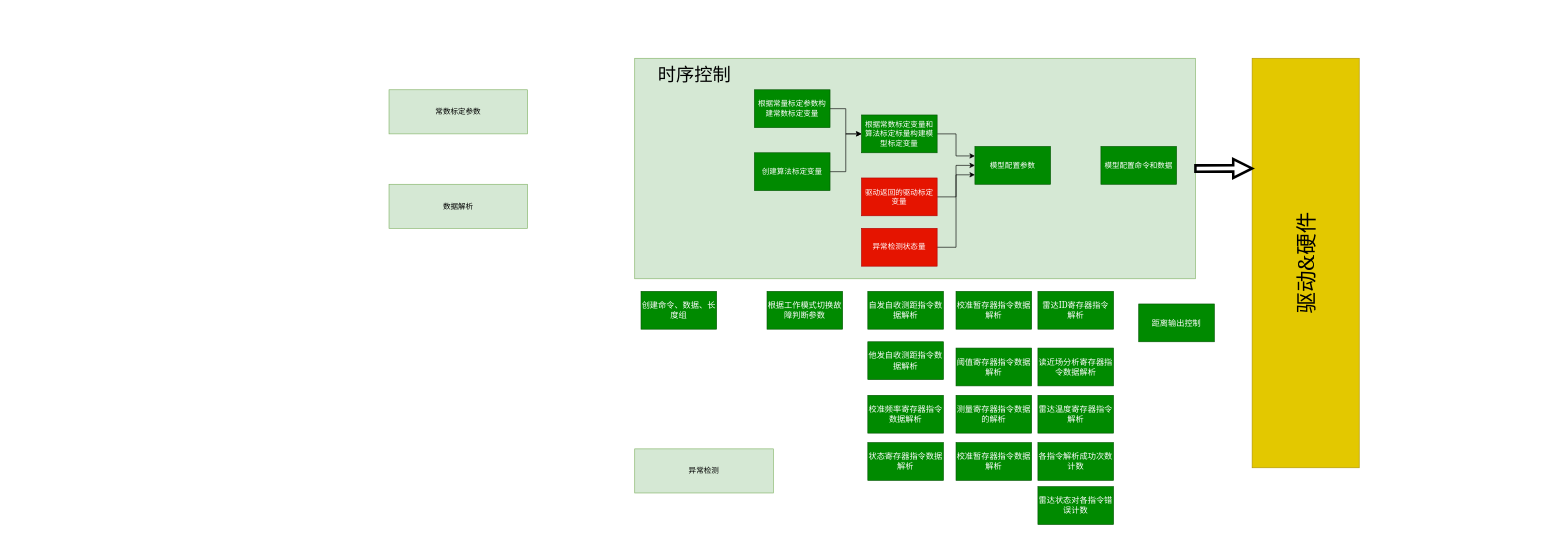
Before: YDU2.0/超声波底层模型APAC模型.drawio in bugquella/diagrams, a draw.io diagram. Source tidied: cells renumbered, new cells numbered last; positions are measured from the earlier drawing's top-left corner, leaving out a move shared by most shapes. Both pictures are drawn from the tidied source at 63%, with x=0, y=0 at pixel (389, 58).
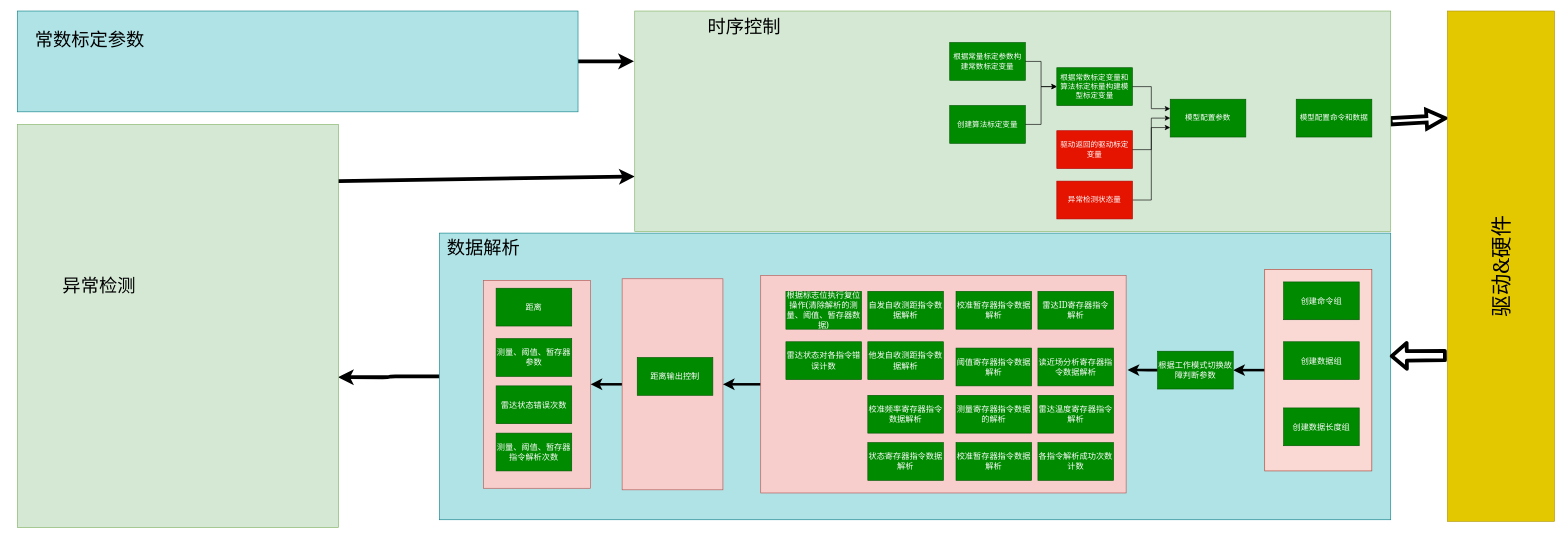
After the change.

Commit message:
更新超声波底层模型APAC模型.drawio

Change to the diagram source:
```diff
@@
-    <mxCell id="2" style="rounded=0;whiteSpace=wrap;html=1;fillColor=#d5e8d4;strokeColor=#82b366;horizontal=1;" parent="1" vertex="1">
-      <mxGeometry x="390" width="890" height="350" as="geometry" />
-    </mxCell>
+    <mxCell id="37" style="edgeStyle=orthogonalEdgeStyle;rounded=1;jettySize=auto;html=1;strokeWidth=6;fontFamily=Georgia;fontSize=29;entryX=0.998;entryY=0.627;entryDx=0;entryDy=0;entryPerimeter=0;" parent="1" edge="1" source="38" target="5">
+      <mxGeometry relative="1" as="geometry" />
+    </mxCell>
+    <mxCell id="38" style="rounded=0;whiteSpace=wrap;html=1;fontFamily=Georgia;fontSize=13;fillColor=#b0e3e6;strokeColor=#0e8088;" parent="1" vertex="1">
+      <mxGeometry x="80" y="277.5" width="1510" height="455" as="geometry" />
+    </mxCell>
+    <mxCell id="39" style="rounded=0;whiteSpace=wrap;html=1;fontFamily=Georgia;fontSize=13;fillColor=#f8cecc;strokeColor=#b85450;" parent="1" vertex="1">
+      <mxGeometry x="150" y="352.5" width="170" height="330" as="geometry" />
+    </mxCell>
+    <mxCell id="40" style="edgeStyle=orthogonalEdgeStyle;rounded=1;jettySize=auto;html=1;strokeWidth=4;fontFamily=Georgia;fontSize=13;" parent="1" edge="1" source="41" target="39">
+      <mxGeometry relative="1" as="geometry" />
+    </mxCell>
+    <mxCell id="41" style="rounded=0;whiteSpace=wrap;html=1;fontFamily=Georgia;fontSize=13;fillColor=#f8cecc;strokeColor=#b85450;" parent="1" vertex="1">
+      <mxGeometry x="370" y="350" width="160" height="335" as="geometry" />
+    </mxCell>
+    <mxCell id="42" style="edgeStyle=orthogonalEdgeStyle;rounded=1;jettySize=auto;html=1;strokeWidth=4;fontFamily=Georgia;fontSize=13;" parent="1" edge="1" source="43" target="41">
+      <mxGeometry relative="1" as="geometry" />
+    </mxCell>
+    <mxCell id="43" style="rounded=0;whiteSpace=wrap;html=1;fontFamily=Georgia;fontSize=13;fillColor=#f8cecc;strokeColor=#b85450;" parent="1" vertex="1">
+      <mxGeometry x="590" y="345" width="580" height="345" as="geometry" />
+    </mxCell>
+    <mxCell id="44" style="edgeStyle=orthogonalEdgeStyle;rounded=1;jettySize=auto;html=1;entryX=1;entryY=0.5;entryDx=0;entryDy=0;strokeWidth=4;fontFamily=Georgia;fontSize=13;" parent="1" edge="1" source="49" target="22">
+      <mxGeometry relative="1" as="geometry" />
+    </mxCell>
+    <mxCell id="20" style="edgeStyle=orthogonalEdgeStyle;rounded=1;jettySize=auto;html=1;entryX=-0.019;entryY=0.21;entryDx=0;entryDy=0;entryPerimeter=0;strokeWidth=6;fontFamily=Georgia;fontSize=29;shape=arrow;" parent="1" edge="1" source="2" target="18">
+      <mxGeometry relative="1" as="geometry" />
+    </mxCell>
+    <mxCell id="45" style="edgeStyle=orthogonalEdgeStyle;rounded=1;jettySize=auto;html=1;strokeWidth=6;fontFamily=Georgia;fontSize=29;entryX=-0.001;entryY=0.228;entryDx=0;entryDy=0;entryPerimeter=0;" parent="1" edge="1" source="3" target="2">
+      <mxGeometry relative="1" as="geometry" />
+    </mxCell>
-    <mxCell id="3" value="常数标定参数" style="rounded=0;whiteSpace=wrap;html=1;fillColor=#d5e8d4;strokeColor=#82b366;" parent="1" vertex="1">
-      <mxGeometry y="50" width="220" height="70" as="geometry" />
+    <mxCell id="3" style="rounded=0;whiteSpace=wrap;html=1;fillColor=#b0e3e6;strokeColor=#0e8088;" parent="1" vertex="1">
+      <mxGeometry x="-590" y="-75" width="890" height="160" as="geometry" />
     </mxCell>
-    <mxCell id="4" value="数据解析" style="rounded=0;whiteSpace=wrap;html=1;fillColor=#d5e8d4;strokeColor=#82b366;" parent="1" vertex="1">
-      <mxGeometry y="200" width="220" height="70" as="geometry" />
-    </mxCell>
-    <mxCell id="5" value="异常检测" style="rounded=0;whiteSpace=wrap;html=1;fillColor=#d5e8d4;strokeColor=#82b366;" parent="1" vertex="1">
-      <mxGeometry x="390" y="620" width="220" height="70" as="geometry" />
-    </mxCell>
-    <mxCell id="6" style="edgeStyle=orthogonalEdgeStyle;rounded=0;jettySize=auto;html=1;entryX=0;entryY=0.5;entryDx=0;entryDy=0;" parent="1" edge="1" source="7" target="11">
-      <mxGeometry relative="1" as="geometry" />
-    </mxCell>
-    <mxCell id="7" value="根据常量标定参数构建常数标定变量" style="rounded=0;whiteSpace=wrap;html=1;fillColor=#008a00;strokeColor=#005700;fontColor=#ffffff;" parent="1" vertex="1">
-      <mxGeometry x="580" y="50" width="120" height="60" as="geometry" />
-    </mxCell>
-    <mxCell id="8" style="edgeStyle=orthogonalEdgeStyle;rounded=0;jettySize=auto;html=1;entryX=0;entryY=0.5;entryDx=0;entryDy=0;" parent="1" edge="1" source="9" target="11">
-      <mxGeometry relative="1" as="geometry" />
-    </mxCell>
-    <mxCell id="9" value="创建算法标定变量" style="rounded=0;whiteSpace=wrap;html=1;fillColor=#008a00;fontColor=#ffffff;strokeColor=#005700;" parent="1" vertex="1">
-      <mxGeometry x="580" y="150" width="120" height="60" as="geometry" />
-    </mxCell>
-    <mxCell id="10" style="edgeStyle=orthogonalEdgeStyle;rounded=0;jettySize=auto;html=1;entryX=0;entryY=0.25;entryDx=0;entryDy=0;fontFamily=Georgia;fontSize=34;" parent="1" edge="1" source="11" target="14">
-      <mxGeometry relative="1" as="geometry" />
-    </mxCell>
-    <mxCell id="11" value="根据常数标定变量和算法标定标量构建模型标定变量" style="rounded=0;whiteSpace=wrap;html=1;fillColor=#008a00;fontColor=#ffffff;strokeColor=#005700;" parent="1" vertex="1">
-      <mxGeometry x="750" y="90" width="120" height="60" as="geometry" />
-    </mxCell>
-    <mxCell id="12" style="edgeStyle=orthogonalEdgeStyle;rounded=0;jettySize=auto;html=1;entryX=0;entryY=0.5;entryDx=0;entryDy=0;fontFamily=Georgia;fontSize=34;" parent="1" edge="1" source="13" target="14">
-      <mxGeometry relative="1" as="geometry" />
-    </mxCell>
-    <mxCell id="13" value="驱动返回的驱动标定变量" style="rounded=0;whiteSpace=wrap;html=1;fillColor=#e51400;fontColor=#ffffff;strokeColor=#B20000;" parent="1" vertex="1">
-      <mxGeometry x="750" y="190" width="120" height="60" as="geometry" />
-    </mxCell>
-    <mxCell id="14" value="模型配置参数" style="rounded=0;whiteSpace=wrap;html=1;fillColor=#008a00;fontColor=#ffffff;strokeColor=#005700;" parent="1" vertex="1">
-      <mxGeometry x="930" y="140" width="120" height="60" as="geometry" />
-    </mxCell>
-    <mxCell id="15" style="edgeStyle=orthogonalEdgeStyle;rounded=0;jettySize=auto;html=1;entryX=0;entryY=0.75;entryDx=0;entryDy=0;fontFamily=Georgia;fontSize=34;" parent="1" edge="1" source="16" target="14">
-      <mxGeometry relative="1" as="geometry" />
-    </mxCell>
-    <mxCell id="16" value="异常检测状态量" style="rounded=0;whiteSpace=wrap;html=1;fillColor=#e51400;fontColor=#ffffff;strokeColor=#B20000;" parent="1" vertex="1">
-      <mxGeometry x="750" y="270" width="120" height="60" as="geometry" />
-    </mxCell>
-    <mxCell id="17" value="模型配置命令和数据" style="rounded=0;whiteSpace=wrap;html=1;fillColor=#008a00;fontColor=#ffffff;strokeColor=#005700;" parent="1" vertex="1">
-      <mxGeometry x="1130" y="140" width="120" height="60" as="geometry" />
-    </mxCell>
     <mxCell id="18" value="&lt;font face=&quot;Georgia&quot;&gt;驱动&amp;amp;硬件&lt;/font&gt;" style="rounded=0;whiteSpace=wrap;html=1;fillColor=#e3c800;fontColor=#000000;strokeColor=#B09500;fontSize=34;horizontal=0;" parent="1" vertex="1">
-      <mxGeometry x="1370" width="170" height="650" as="geometry" />
+      <mxGeometry x="1680" y="-75" width="170" height="810" as="geometry" />
     </mxCell>
-    <mxCell id="19" value="时序控制" style="text;html=1;strokeColor=none;fillColor=none;align=center;verticalAlign=middle;whiteSpace=wrap;rounded=0;fontSize=29;fontFamily=Georgia;" parent="1" vertex="1">
-      <mxGeometry x="400" y="10" width="170" height="30" as="geometry" />
-    </mxCell>
-    <mxCell id="20" style="endArrow=classic;html=1;rounded=1;fontFamily=Georgia;fontSize=29;exitX=1;exitY=0.5;exitDx=0;exitDy=0;entryX=0;entryY=0.269;entryDx=0;entryDy=0;entryPerimeter=0;strokeWidth=4;shape=arrow;" parent="1" edge="1" source="2" target="18">
-      <mxGeometry relative="1" as="geometry" />
-    </mxCell>
     <mxCell id="21" value="距离输出控制" style="rounded=0;whiteSpace=wrap;html=1;fontFamily=Georgia;fontSize=13;fillColor=#008a00;fontColor=#ffffff;strokeColor=#005700;" parent="1" vertex="1">
-      <mxGeometry x="1190" y="390" width="120" height="60" as="geometry" />
+      <mxGeometry x="394" y="475" width="120" height="60" as="geometry" />
     </mxCell>
+    <mxCell id="46" style="edgeStyle=orthogonalEdgeStyle;rounded=1;jettySize=auto;html=1;entryX=1.004;entryY=0.434;entryDx=0;entryDy=0;entryPerimeter=0;strokeWidth=4;fontFamily=Georgia;fontSize=13;" parent="1" edge="1" source="22" target="43">
+      <mxGeometry relative="1" as="geometry" />
+    </mxCell>
     <mxCell id="22" value="根据工作模式切换故障判断参数" style="rounded=0;whiteSpace=wrap;html=1;fontFamily=Georgia;fontSize=13;fillColor=#008a00;fontColor=#ffffff;strokeColor=#005700;" parent="1" vertex="1">
-      <mxGeometry x="600" y="370" width="120" height="60" as="geometry" />
+      <mxGeometry x="1220" y="465" width="120" height="60" as="geometry" />
     </mxCell>
+    <mxCell id="36" value="雷达状态对各指令错误计数" style="rounded=0;whiteSpace=wrap;html=1;fontFamily=Georgia;fontSize=13;fillColor=#008a00;fontColor=#ffffff;strokeColor=#005700;" parent="1" vertex="1">
+      <mxGeometry x="630" y="450" width="120" height="60" as="geometry" />
+    </mxCell>
+    <mxCell id="47" value="根据标志位执行复位操作(清除解析的测量、阈值、暂存器数据)" style="rounded=0;whiteSpace=wrap;html=1;fontFamily=Georgia;fontSize=13;fillColor=#008a00;fontColor=#ffffff;strokeColor=#005700;" parent="1" vertex="1">
+      <mxGeometry x="630" y="370" width="120" height="60" as="geometry" />
+    </mxCell>
+    <mxCell id="48" style="group;" parent="1" vertex="1">
+      <mxGeometry x="1390" y="335" width="170" height="320" as="geometry" />
+    </mxCell>
+    <mxCell id="49" style="rounded=0;whiteSpace=wrap;html=1;fontFamily=Georgia;fontSize=13;fillColor=#fad9d5;strokeColor=#ae4132;" parent="48" vertex="1">
+      <mxGeometry width="170" height="320" as="geometry" />
+    </mxCell>
+    <mxCell id="50" value="创建命令组" style="rounded=0;whiteSpace=wrap;html=1;fontFamily=Georgia;fontSize=13;fillColor=#008a00;strokeColor=#005700;fontColor=#ffffff;" parent="48" vertex="1">
+      <mxGeometry x="30" y="20" width="120" height="60" as="geometry" />
+    </mxCell>
+    <mxCell id="51" value="创建数据组" style="rounded=0;whiteSpace=wrap;html=1;fontFamily=Georgia;fontSize=13;fillColor=#008a00;fontColor=#ffffff;strokeColor=#005700;" parent="48" vertex="1">
+      <mxGeometry x="30" y="115" width="120" height="60" as="geometry" />
+    </mxCell>
+    <mxCell id="52" value="创建数据长度组" style="rounded=0;whiteSpace=wrap;html=1;fontFamily=Georgia;fontSize=13;fillColor=#008a00;fontColor=#ffffff;strokeColor=#005700;" parent="48" vertex="1">
+      <mxGeometry x="30" y="220" width="120" height="60" as="geometry" />
+    </mxCell>
@@
-    <mxCell id="24" value="创建命令、数据、长度组" style="rounded=0;whiteSpace=wrap;html=1;fontFamily=Georgia;fontSize=13;fillColor=#008a00;fontColor=#ffffff;strokeColor=#005700;" parent="1" vertex="1">
-      <mxGeometry x="400" y="370" width="120" height="60" as="geometry" />
-    </mxCell>
@@
-    <mxCell id="36" value="雷达状态对各指令错误计数" style="rounded=0;whiteSpace=wrap;html=1;fontFamily=Georgia;fontSize=13;fillColor=#008a00;fontColor=#ffffff;strokeColor=#005700;" parent="1" vertex="1">
-      <mxGeometry x="1030" y="680" width="120" height="60" as="geometry" />
-    </mxCell>
+    <mxCell id="53" value="距离" style="rounded=0;whiteSpace=wrap;html=1;fontFamily=Georgia;fontSize=13;fillColor=#008a00;fontColor=#ffffff;strokeColor=#005700;" parent="1" vertex="1">
+      <mxGeometry x="170" y="365" width="120" height="60" as="geometry" />
+    </mxCell>
+    <mxCell id="54" value="测量、阈值、暂存器参数" style="rounded=0;whiteSpace=wrap;html=1;fontFamily=Georgia;fontSize=13;fillColor=#008a00;fontColor=#ffffff;strokeColor=#005700;" parent="1" vertex="1">
+      <mxGeometry x="170" y="445" width="120" height="60" as="geometry" />
+    </mxCell>
+    <mxCell id="55" value="雷达状态错误次数" style="rounded=0;whiteSpace=wrap;html=1;fontFamily=Georgia;fontSize=13;fillColor=#008a00;fontColor=#ffffff;strokeColor=#005700;" parent="1" vertex="1">
+      <mxGeometry x="170" y="520" width="120" height="60" as="geometry" />
+    </mxCell>
+    <mxCell id="56" value="测量、阈值、暂存器指令解析次数" style="rounded=0;whiteSpace=wrap;html=1;fontFamily=Georgia;fontSize=13;fillColor=#008a00;fontColor=#ffffff;strokeColor=#005700;" parent="1" vertex="1">
+      <mxGeometry x="170" y="595" width="120" height="60" as="geometry" />
+    </mxCell>
+    <mxCell id="57" style="edgeStyle=orthogonalEdgeStyle;rounded=1;orthogonalLoop=1;jettySize=auto;html=1;exitX=0.5;exitY=1;exitDx=0;exitDy=0;strokeWidth=4;fontFamily=Georgia;fontSize=13;" parent="1" edge="1" source="55" target="55">
+      <mxGeometry relative="1" as="geometry" />
+    </mxCell>
+    <mxCell id="4" value="&lt;font style=&quot;font-size: 22px;&quot;&gt;&lt;font style=&quot;font-size: 22px;&quot;&gt;&lt;font style=&quot;font-size: 22px;&quot;&gt;&lt;font style=&quot;font-size: 22px;&quot;&gt;&lt;font style=&quot;font-size: 22px;&quot;&gt;&lt;font style=&quot;font-size: 22px;&quot;&gt;&lt;font style=&quot;font-size: 22px;&quot;&gt;&lt;font style=&quot;font-size: 22px;&quot;&gt;&lt;font style=&quot;font-size: 23px;&quot;&gt;&lt;font style=&quot;font-size: 24px;&quot;&gt;&lt;font style=&quot;font-size: 25px;&quot;&gt;&lt;font style=&quot;font-size: 26px;&quot;&gt;&lt;font style=&quot;font-size: 27px;&quot;&gt;&lt;font style=&quot;font-size: 28px;&quot;&gt;&lt;font style=&quot;font-size: 29px;&quot;&gt;数据解析&lt;/font&gt;&lt;/font&gt;&lt;/font&gt;&lt;/font&gt;&lt;/font&gt;&lt;/font&gt;&lt;/font&gt;&lt;/font&gt;&lt;/font&gt;&lt;/font&gt;&lt;/font&gt;&lt;/font&gt;&lt;/font&gt;&lt;/font&gt;&lt;/font&gt;" style="text;html=1;strokeColor=none;fillColor=none;align=center;verticalAlign=middle;whiteSpace=wrap;rounded=0;fontSize=13;fontFamily=Georgia;" parent="1" vertex="1">
+      <mxGeometry x="90" y="285" width="120" height="30" as="geometry" />
+    </mxCell>
+    <mxCell id="58" style="shape=flexArrow;endArrow=classic;html=1;rounded=1;strokeWidth=6;fontFamily=Georgia;fontSize=29;exitX=-0.006;exitY=0.675;exitDx=0;exitDy=0;entryX=0.999;entryY=0.429;entryDx=0;entryDy=0;entryPerimeter=0;exitPerimeter=0;" parent="1" edge="1" source="18" target="38">
+      <mxGeometry relative="1" as="geometry" />
+    </mxCell>
+    <mxCell id="59" value="常数标定参数" style="text;html=1;strokeColor=none;fillColor=none;align=center;verticalAlign=middle;whiteSpace=wrap;rounded=0;fontSize=29;fontFamily=Georgia;" parent="1" vertex="1">
+      <mxGeometry x="-580" y="-45" width="210" height="30" as="geometry" />
+    </mxCell>
+    <mxCell id="5" style="rounded=0;whiteSpace=wrap;html=1;fillColor=#d5e8d4;strokeColor=#82b366;" parent="1" vertex="1">
+      <mxGeometry x="-590" y="105" width="510" height="640" as="geometry" />
+    </mxCell>
+    <mxCell id="60" value="异常检测" style="text;html=1;strokeColor=none;fillColor=none;align=center;verticalAlign=middle;whiteSpace=wrap;rounded=0;fontSize=29;fontFamily=Georgia;" parent="1" vertex="1">
+      <mxGeometry x="-600" y="345" width="280" height="30" as="geometry" />
+    </mxCell>
+    <mxCell id="61" style="endArrow=classic;html=1;rounded=1;strokeWidth=6;fontFamily=Georgia;fontSize=29;entryX=0;entryY=0.75;entryDx=0;entryDy=0;" parent="1" edge="1" target="2">
+      <mxGeometry relative="1" as="geometry">
+        <mxPoint x="-80" y="195" as="sourcePoint" />
+      </mxGeometry>
+    </mxCell>
+    <mxCell id="62" style="group;" parent="1" vertex="1">
+      <mxGeometry x="390" y="-75" width="1200" height="350" as="geometry" />
+    </mxCell>
+    <mxCell id="2" style="rounded=0;whiteSpace=wrap;html=1;fillColor=#d5e8d4;strokeColor=#82b366;horizontal=1;" parent="62" vertex="1">
+      <mxGeometry width="1200" height="350" as="geometry" />
+    </mxCell>
+    <mxCell id="7" value="根据常量标定参数构建常数标定变量" style="rounded=0;whiteSpace=wrap;html=1;fillColor=#008a00;strokeColor=#005700;fontColor=#ffffff;" parent="62" vertex="1">
+      <mxGeometry x="500" y="50" width="120" height="60" as="geometry" />
+    </mxCell>
+    <mxCell id="9" value="创建算法标定变量" style="rounded=0;whiteSpace=wrap;html=1;fillColor=#008a00;fontColor=#ffffff;strokeColor=#005700;" parent="62" vertex="1">
+      <mxGeometry x="500" y="150" width="120" height="60" as="geometry" />
+    </mxCell>
+    <mxCell id="11" value="根据常数标定变量和算法标定标量构建模型标定变量" style="rounded=0;whiteSpace=wrap;html=1;fillColor=#008a00;fontColor=#ffffff;strokeColor=#005700;" parent="62" vertex="1">
+      <mxGeometry x="670" y="90" width="120" height="60" as="geometry" />
+    </mxCell>
+    <mxCell id="6" style="edgeStyle=orthogonalEdgeStyle;rounded=0;jettySize=auto;html=1;entryX=0;entryY=0.5;entryDx=0;entryDy=0;" parent="62" edge="1" source="7" target="11">
+      <mxGeometry relative="1" as="geometry" />
+    </mxCell>
+    <mxCell id="8" style="edgeStyle=orthogonalEdgeStyle;rounded=0;jettySize=auto;html=1;entryX=0;entryY=0.5;entryDx=0;entryDy=0;" parent="62" edge="1" source="9" target="11">
+      <mxGeometry relative="1" as="geometry" />
+    </mxCell>
+    <mxCell id="13" value="驱动返回的驱动标定变量" style="rounded=0;whiteSpace=wrap;html=1;fillColor=#e51400;fontColor=#ffffff;strokeColor=#B20000;" parent="62" vertex="1">
+      <mxGeometry x="670" y="190" width="120" height="60" as="geometry" />
+    </mxCell>
+    <mxCell id="14" value="模型配置参数" style="rounded=0;whiteSpace=wrap;html=1;fillColor=#008a00;fontColor=#ffffff;strokeColor=#005700;" parent="62" vertex="1">
+      <mxGeometry x="850" y="140" width="120" height="60" as="geometry" />
+    </mxCell>
+    <mxCell id="10" style="edgeStyle=orthogonalEdgeStyle;rounded=0;jettySize=auto;html=1;entryX=0;entryY=0.25;entryDx=0;entryDy=0;fontFamily=Georgia;fontSize=34;" parent="62" edge="1" source="11" target="14">
+      <mxGeometry relative="1" as="geometry" />
+    </mxCell>
+    <mxCell id="12" style="edgeStyle=orthogonalEdgeStyle;rounded=0;jettySize=auto;html=1;entryX=0;entryY=0.5;entryDx=0;entryDy=0;fontFamily=Georgia;fontSize=34;" parent="62" edge="1" source="13" target="14">
+      <mxGeometry relative="1" as="geometry" />
+    </mxCell>
+    <mxCell id="15" style="edgeStyle=orthogonalEdgeStyle;rounded=0;jettySize=auto;html=1;entryX=0;entryY=0.75;entryDx=0;entryDy=0;fontFamily=Georgia;fontSize=34;" parent="62" edge="1" source="16" target="14">
+      <mxGeometry relative="1" as="geometry" />
+    </mxCell>
+    <mxCell id="16" value="异常检测状态量" style="rounded=0;whiteSpace=wrap;html=1;fillColor=#e51400;fontColor=#ffffff;strokeColor=#B20000;" parent="62" vertex="1">
+      <mxGeometry x="670" y="270" width="120" height="60" as="geometry" />
+    </mxCell>
+    <mxCell id="17" value="模型配置命令和数据" style="rounded=0;whiteSpace=wrap;html=1;fillColor=#008a00;fontColor=#ffffff;strokeColor=#005700;" parent="62" vertex="1">
+      <mxGeometry x="1050" y="140" width="120" height="60" as="geometry" />
+    </mxCell>
+    <mxCell id="19" value="时序控制" style="text;html=1;strokeColor=none;fillColor=none;align=center;verticalAlign=middle;whiteSpace=wrap;rounded=0;fontSize=29;fontFamily=Georgia;" parent="62" vertex="1">
+      <mxGeometry x="89" y="10" width="170" height="30" as="geometry" />
+    </mxCell>
```
